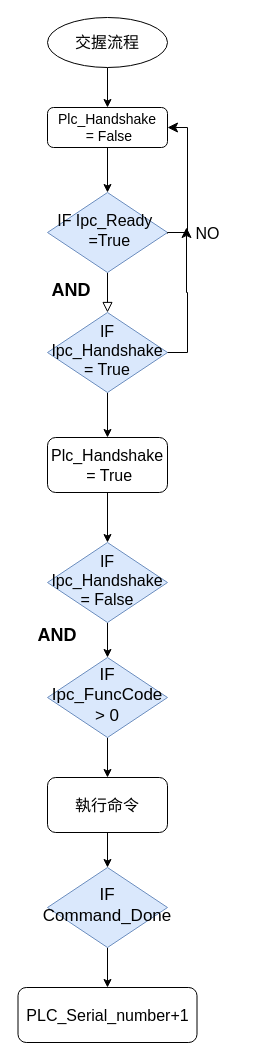
ChiangRyan/process-diagram keeps this draw.io diagram as page "交握流程框架" (2 of 6) of 上位系統交握流程.drawio. Above is the earlier version. Source tidied: cells renumbered, new cells numbered last; positions are measured from the earlier drawing's top-left corner, leaving out a move shared by most shapes. Both pictures are drawn from the tidied source at 100%, with x=0, y=0 at pixel (18, 17).
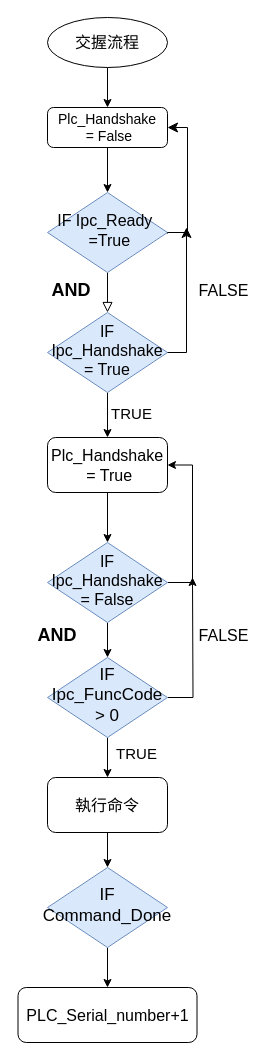
The same diagram, later.

The change refers to these unchanged cells:
```xml
<mxCell id="4" style="edgeStyle=orthogonalEdgeStyle;rounded=0;jettySize=auto;html=1;entryX=0.5;entryY=0;entryDx=0;entryDy=0;" parent="1" edge="1" source="5" target="7">
  <mxGeometry relative="1" as="geometry" />
</mxCell>
<mxCell id="7" value="Plc_Handshake&lt;div style=&quot;font-size: 16px;&quot;&gt;&amp;nbsp;= True&lt;/div&gt;" style="rounded=1;whiteSpace=wrap;html=1;fontSize=16;glass=0;strokeWidth=1;shadow=0;" parent="1" vertex="1">
  <mxGeometry x="29" y="420" width="120" height="55" as="geometry" />
</mxCell>
<mxCell id="14" value="&lt;div style=&quot;font-size: 16px;&quot;&gt;IF Ipc_Handshake&lt;/div&gt;&lt;div style=&quot;font-size: 16px;&quot;&gt;= False&lt;/div&gt;" style="rhombus;whiteSpace=wrap;html=1;shadow=0;fontFamily=Helvetica;fontSize=17;align=center;strokeWidth=1;spacing=6;spacingTop=-4;fillColor=#dae8fc;strokeColor=#6c8ebf;" parent="1" vertex="1">
  <mxGeometry x="29" y="525" width="120" height="80" as="geometry" />
</mxCell>
<mxCell id="16" value="Plc_Handshake&lt;div style=&quot;font-size: 14px;&quot;&gt;&amp;nbsp;= False&lt;/div&gt;" style="rounded=1;whiteSpace=wrap;html=1;fontSize=14;glass=0;strokeWidth=1;shadow=0;" parent="1" vertex="1">
  <mxGeometry x="29" y="90" width="120" height="40" as="geometry" />
</mxCell>
<mxCell id="19" value="IF Ipc_FuncCode &amp;gt; 0" style="rhombus;whiteSpace=wrap;html=1;shadow=0;fontFamily=Helvetica;fontSize=17;align=center;strokeWidth=1;spacing=6;spacingTop=-4;fillColor=#dae8fc;strokeColor=#6c8ebf;" parent="1" vertex="1">
  <mxGeometry x="29" y="640" width="120" height="80" as="geometry" />
</mxCell>
```

Change to the diagram source:
```diff
@@
+    <mxCell id="26" value="TRUE" style="edgeLabel;html=1;align=center;verticalAlign=middle;fontSize=15;" parent="4" vertex="1">
+      <mxGeometry x="-0.06" y="3" relative="1" as="geometry">
+        <mxPoint x="20" y="-1" as="offset" />
+      </mxGeometry>
+    </mxCell>
@@
     <mxCell id="10" style="edgeStyle=segmentEdgeStyle;endArrow=classic;html=1;curved=0;rounded=0;endSize=8;startSize=8;entryX=1;entryY=0.5;entryDx=0;entryDy=0;" parent="1" edge="1" target="16">
       <mxGeometry relative="1" as="geometry">
         <mxPoint x="149" y="216" as="sourcePoint" />
         <Array as="points">
+          <mxPoint x="149" y="215" />
           <mxPoint x="169" y="215" />
           <mxPoint x="169" y="110" />
         </Array>
       </mxGeometry>
     </mxCell>
     <mxCell id="11" style="edgeStyle=segmentEdgeStyle;endArrow=classic;html=1;curved=0;rounded=0;endSize=8;startSize=8;" parent="1" edge="1">
       <mxGeometry relative="1" as="geometry">
         <mxPoint x="149" y="335" as="sourcePoint" />
         <mxPoint x="168" y="210" as="targetPoint" />
         <Array as="points">
-          <mxPoint x="169" y="335" />
-          <mxPoint x="169" y="275" />
+          <mxPoint x="168" y="335" />
         </Array>
       </mxGeometry>
     </mxCell>
-    <mxCell id="12" value="&lt;font style=&quot;font-size: 16px;&quot;&gt;NO&lt;/font&gt;" style="edgeLabel;html=1;align=center;verticalAlign=middle;" parent="11" vertex="1">
+    <mxCell id="12" value="&lt;font style=&quot;font-size: 16px;&quot;&gt;FALSE&lt;/font&gt;" style="edgeLabel;html=1;align=center;verticalAlign=middle;" parent="11" vertex="1">
       <mxGeometry relative="1" as="geometry">
-        <mxPoint x="19" y="-67" as="offset" />
+        <mxPoint x="36" y="-10" as="offset" />
       </mxGeometry>
     </mxCell>
@@
+    <mxCell id="27" style="edgeStyle=orthogonalEdgeStyle;rounded=0;jettySize=auto;html=1;entryX=1;entryY=0.5;entryDx=0;entryDy=0;" parent="1" edge="1" source="14" target="7">
+      <mxGeometry relative="1" as="geometry">
+        <Array as="points">
+          <mxPoint x="174" y="565" />
+          <mxPoint x="174" y="448" />
+        </Array>
+      </mxGeometry>
+    </mxCell>
@@
+    <mxCell id="28" style="edgeStyle=orthogonalEdgeStyle;rounded=0;jettySize=auto;html=1;" parent="1" edge="1" source="19">
+      <mxGeometry relative="1" as="geometry">
+        <mxPoint x="174" y="560" as="targetPoint" />
+      </mxGeometry>
+    </mxCell>
@@
+    <mxCell id="29" value="&lt;font style=&quot;font-size: 16px;&quot;&gt;FALSE&lt;/font&gt;" style="edgeLabel;html=1;align=center;verticalAlign=middle;" parent="1" vertex="1">
+      <mxGeometry x="204" y="617.5" as="geometry" />
+    </mxCell>
+    <mxCell id="30" value="TRUE" style="edgeLabel;html=1;align=center;verticalAlign=middle;fontSize=15;" parent="1" vertex="1">
+      <mxGeometry x="117" y="735" as="geometry" />
+    </mxCell>
```
